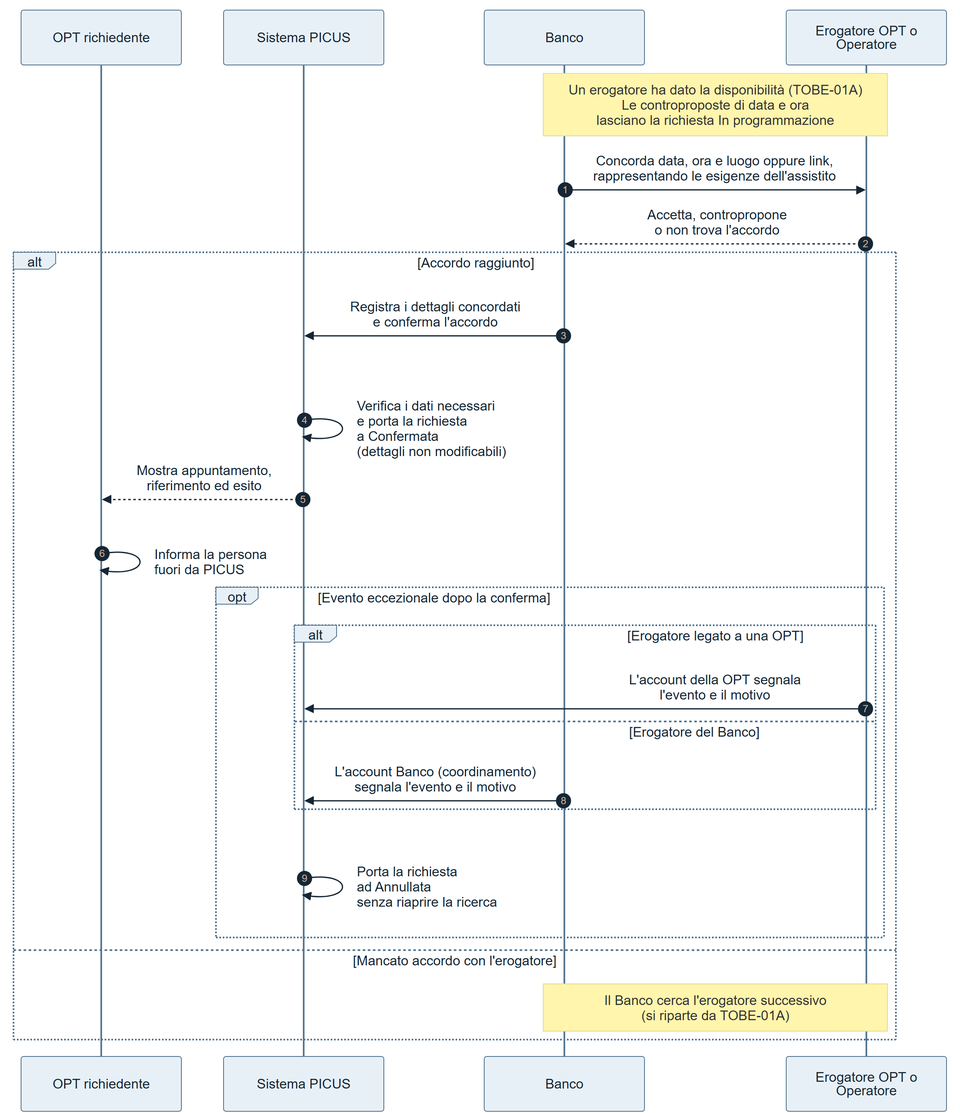
The Mermaid diagram docs/requirements/diagrams/to-be/TOBE-01B-appuntamento-esito.png in Pinguini-alla-Fragola/Progetto-SAD, before a commit. Its source is kept beside it as docs/requirements/diagrams/to-be/TOBE-01B-appuntamento-esito.mmd.
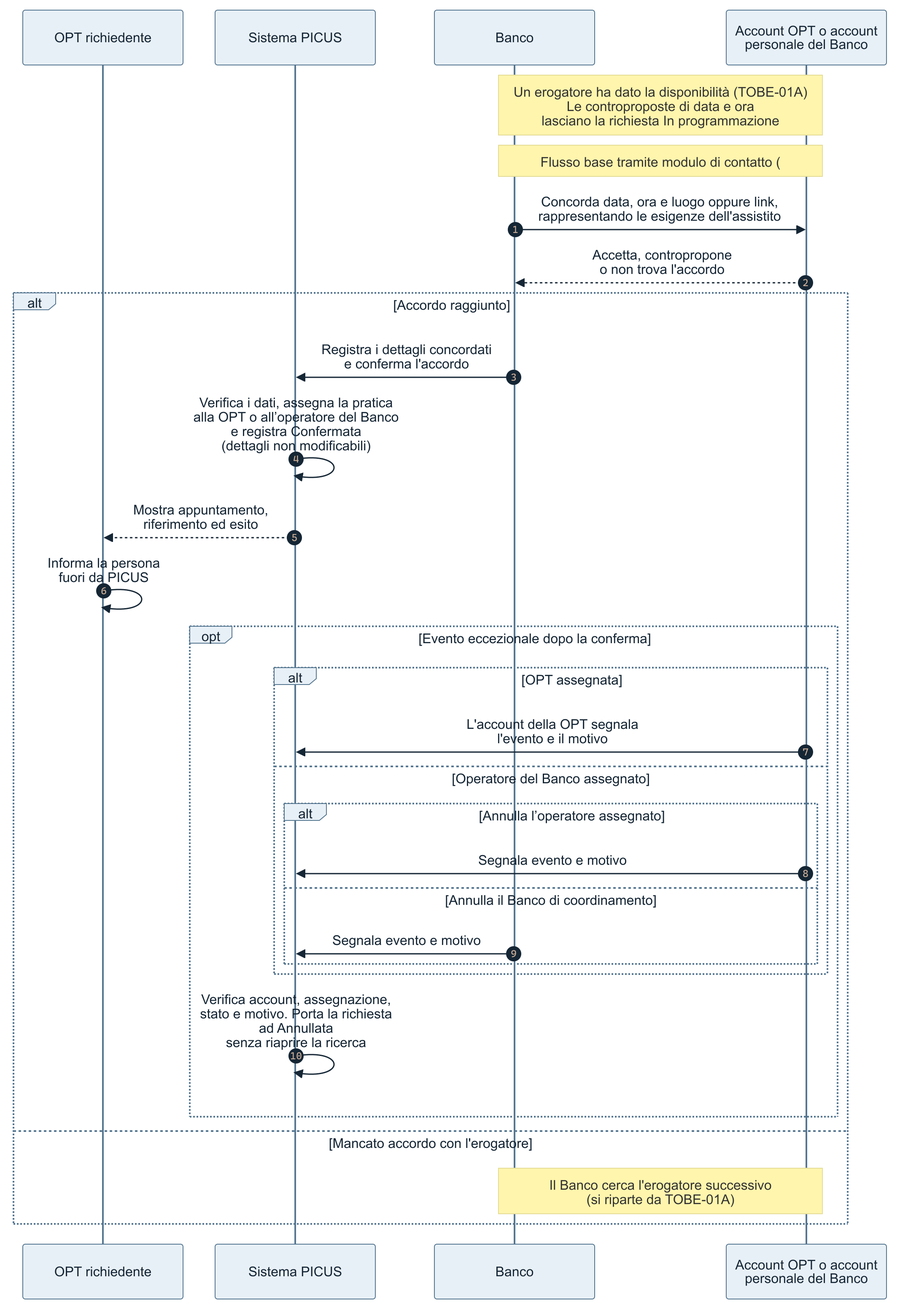
The same diagram one commit later.

Change to the diagram source:
```diff
@@ -3,23 +3,28 @@
     participant R as OPT richiedente
     participant S as Sistema PICUS
     participant B as Banco
-    participant E as Erogatore OPT o Operatore
+    participant E as Account OPT o account<br/>personale del Banco
 
     Note over B,E: Un erogatore ha dato la disponibilità (TOBE-01A)<br/>Le controproposte di data e ora<br/>lasciano la richiesta In programmazione
+    Note over B,E: Flusso base tramite modulo di contatto (#38)<br/>Calendario OPT facoltativo per misura (#73)
     B->>E: Concorda data, ora e luogo oppure link,<br/>rappresentando le esigenze dell'assistito
     E-->>B: Accetta, contropropone<br/>o non trova l'accordo
     alt Accordo raggiunto
         B->>S: Registra i dettagli concordati<br/>e conferma l'accordo
-        S->>S: Verifica i dati necessari<br/>e porta la richiesta<br/>a Confermata<br/>(dettagli non modificabili)
+        S->>S: Verifica i dati, assegna la pratica<br/>alla OPT o all’operatore del Banco<br/>e registra Confermata<br/>(dettagli non modificabili)
         S-->>R: Mostra appuntamento,<br/>riferimento ed esito
         R->>R: Informa la persona<br/>fuori da PICUS
         opt Evento eccezionale dopo la conferma
-            alt Erogatore legato a una OPT
+            alt OPT assegnata
                 E->>S: L'account della OPT segnala<br/>l'evento e il motivo
-            else Erogatore del Banco
-                B->>S: L'account Banco (coordinamento)<br/>segnala l'evento e il motivo
+            else Operatore del Banco assegnato
+                alt Annulla l’operatore assegnato
+                    E->>S: Segnala evento e motivo
+                else Annulla il Banco di coordinamento
+                    B->>S: Segnala evento e motivo
+                end
             end
-            S->>S: Porta la richiesta<br/>ad Annullata<br/>senza riaprire la ricerca
+            S->>S: Verifica account, assegnazione,<br/>stato e motivo. Porta la richiesta<br/>ad Annullata<br/>senza riaprire la ricerca
         end
     else Mancato accordo con l'erogatore
         Note over B,E: Il Banco cerca l'erogatore successivo<br/>(si riparte da TOBE-01A)
```
